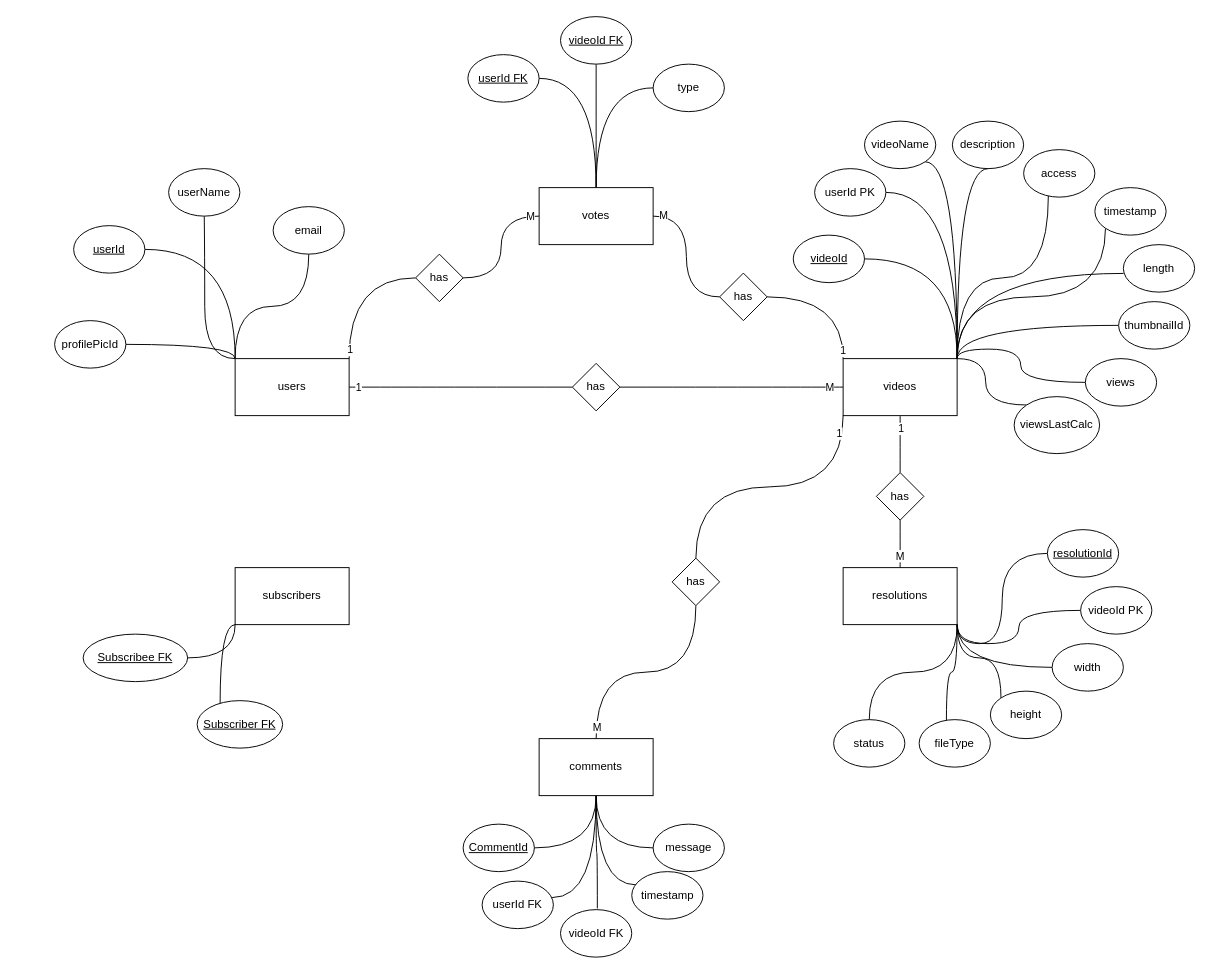
Earlier version of the draw.io diagram Budget-Youtube-ERD.drawio (NWylynko/diagrams). Source tidied: cells renumbered, new cells numbered last; positions are measured from the earlier drawing's top-left corner, leaving out a move shared by most shapes. Both pictures are drawn from the tidied source at 95%, with x=0, y=0 at pixel (54, 16).
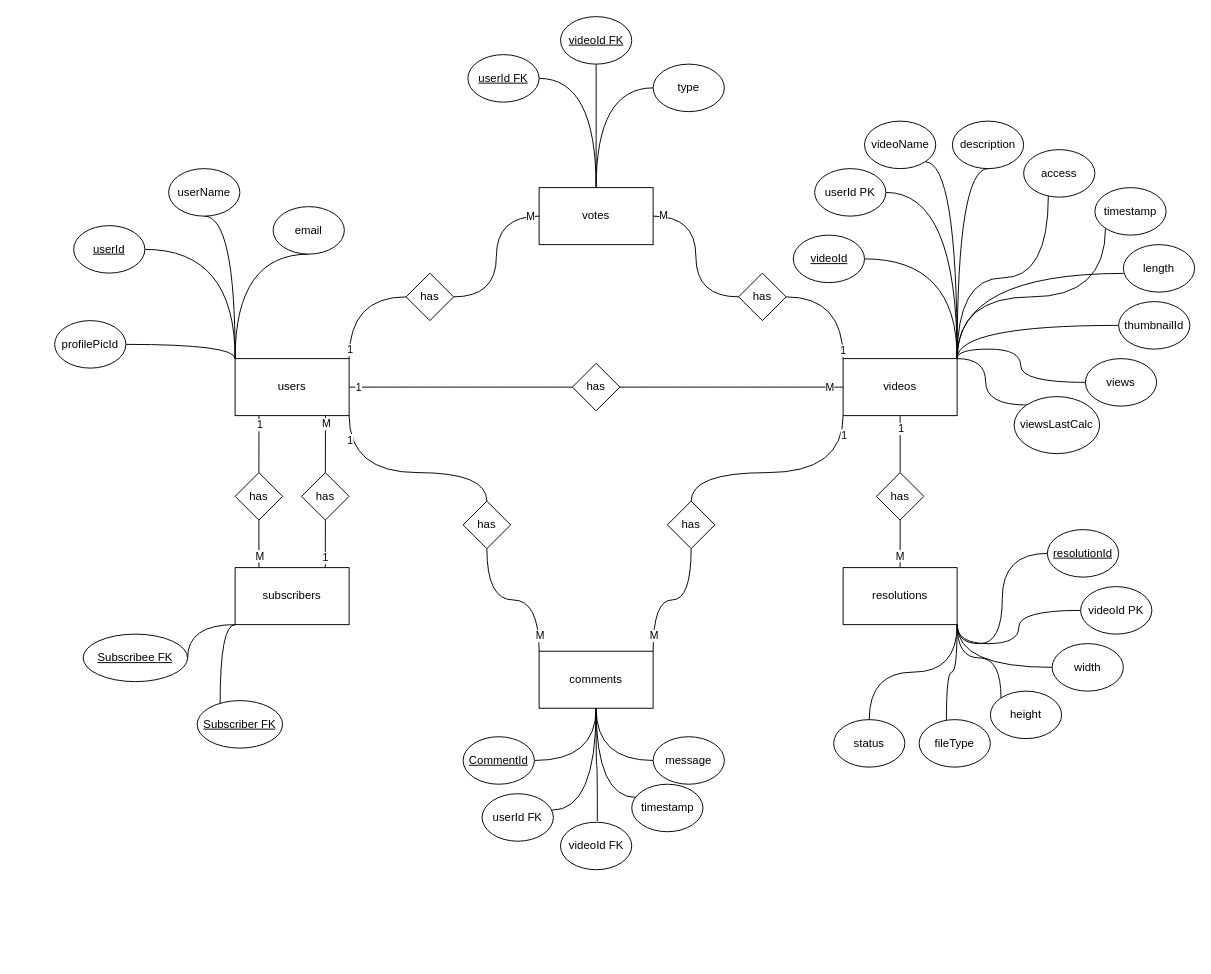
The same diagram, later.

Unchanged cells that the change refers to:
```xml
<mxCell id="9" value="users" style="rounded=0;whiteSpace=wrap;html=1;" parent="1" vertex="1">
  <mxGeometry x="190" y="360" width="120" height="60" as="geometry" />
</mxCell>
<mxCell id="25" value="videos" style="rounded=0;whiteSpace=wrap;html=1;" parent="1" vertex="1">
  <mxGeometry x="830" y="360" width="120" height="60" as="geometry" />
</mxCell>
<mxCell id="38" value="subscribers" style="rounded=0;whiteSpace=wrap;html=1;" parent="1" vertex="1">
  <mxGeometry x="190" y="580" width="120" height="60" as="geometry" />
</mxCell>
<mxCell id="49" value="userName" style="ellipse;whiteSpace=wrap;html=1;" parent="1" vertex="1">
  <mxGeometry x="120" y="160" width="75" height="50" as="geometry" />
</mxCell>
<mxCell id="50" value="email" style="ellipse;whiteSpace=wrap;html=1;" parent="1" vertex="1">
  <mxGeometry x="230" y="200" width="75" height="50" as="geometry" />
</mxCell>
<mxCell id="75" value="&lt;u&gt;Subscribee FK&lt;/u&gt;" style="ellipse;whiteSpace=wrap;html=1;" parent="1" vertex="1">
  <mxGeometry x="30" y="650" width="110" height="50" as="geometry" />
</mxCell>
```

Change to the diagram source:
```diff
@@
     <mxCell id="2" style="edgeStyle=orthogonalEdgeStyle;rounded=0;jettySize=auto;html=1;entryX=0.5;entryY=1;entryDx=0;entryDy=0;endArrow=none;endFill=0;exitX=0;exitY=0;exitDx=0;exitDy=0;curved=1;" parent="1" edge="1" source="9" target="50">
-      <mxGeometry relative="1" as="geometry" />
+      <mxGeometry relative="1" as="geometry">
+        <Array as="points">
+          <mxPoint x="190" y="250" />
+        </Array>
+      </mxGeometry>
     </mxCell>
@@
-    <mxCell id="5" style="edgeStyle=orthogonalEdgeStyle;curved=1;rounded=0;jettySize=auto;html=1;entryX=0.5;entryY=1;entryDx=0;entryDy=0;endArrow=none;endFill=0;exitX=0;exitY=0;exitDx=0;exitDy=0;" parent="1" edge="1" source="9" target="49">
-      <mxGeometry relative="1" as="geometry">
-        <Array as="points">
-          <mxPoint x="158" y="360" />
-          <mxPoint x="158" y="250" />
-        </Array>
-      </mxGeometry>
-    </mxCell>
@@
+    <mxCell id="5" style="edgeStyle=orthogonalEdgeStyle;curved=1;rounded=0;jettySize=auto;html=1;entryX=0.5;entryY=1;entryDx=0;entryDy=0;endArrow=none;endFill=0;exitX=0;exitY=0;exitDx=0;exitDy=0;" parent="1" edge="1" source="9" target="49">
+      <mxGeometry relative="1" as="geometry">
+        <Array as="points">
+          <mxPoint x="190" y="210" />
+        </Array>
+      </mxGeometry>
+    </mxCell>
+    <mxCell id="93" style="edgeStyle=orthogonalEdgeStyle;curved=1;rounded=0;jettySize=auto;html=1;endArrow=none;endFill=0;exitX=0.209;exitY=0.996;exitDx=0;exitDy=0;exitPerimeter=0;" parent="1" edge="1" source="9" target="103">
+      <mxGeometry relative="1" as="geometry" />
+    </mxCell>
+    <mxCell id="94" value="1" style="edgeLabel;html=1;align=center;verticalAlign=middle;" parent="93" vertex="1">
+      <mxGeometry x="-0.8" y="-1" relative="1" as="geometry">
+        <mxPoint x="1" y="4" as="offset" />
+      </mxGeometry>
+    </mxCell>
@@
     <mxCell id="24" style="edgeStyle=orthogonalEdgeStyle;curved=1;rounded=0;jettySize=auto;html=1;entryX=0.5;entryY=0;entryDx=0;entryDy=0;endArrow=none;endFill=0;exitX=0;exitY=1;exitDx=0;exitDy=0;" parent="1" edge="1" source="25" target="88">
-      <mxGeometry relative="1" as="geometry" />
+      <mxGeometry relative="1" as="geometry">
+        <Array as="points">
+          <mxPoint x="830" y="480" />
+          <mxPoint x="670" y="480" />
+        </Array>
+      </mxGeometry>
     </mxCell>
@@
     <mxCell id="32" style="edgeStyle=orthogonalEdgeStyle;curved=1;rounded=0;jettySize=auto;html=1;entryX=0.061;entryY=0.279;entryDx=0;entryDy=0;entryPerimeter=0;endArrow=none;endFill=0;" parent="1" edge="1" source="35" target="72">
       <mxGeometry relative="1" as="geometry">
         <Array as="points">
-          <mxPoint x="570" y="914" />
+          <mxPoint x="570" y="822" />
         </Array>
       </mxGeometry>
     </mxCell>
@@
     <mxCell id="34" style="edgeStyle=orthogonalEdgeStyle;curved=1;rounded=0;jettySize=auto;html=1;entryX=0.982;entryY=0.347;entryDx=0;entryDy=0;entryPerimeter=0;endArrow=none;endFill=0;" parent="1" edge="1" source="35" target="70">
       <mxGeometry relative="1" as="geometry">
         <Array as="points">
-          <mxPoint x="570" y="927" />
+          <mxPoint x="570" y="835" />
         </Array>
       </mxGeometry>
     </mxCell>
     <mxCell id="35" value="comments" style="rounded=0;whiteSpace=wrap;html=1;" parent="1" vertex="1">
-      <mxGeometry x="510" y="760" width="120" height="60" as="geometry" />
+      <mxGeometry x="510" y="668" width="120" height="60" as="geometry" />
     </mxCell>
     <mxCell id="36" style="edgeStyle=orthogonalEdgeStyle;curved=1;rounded=0;jettySize=auto;html=1;entryX=1;entryY=0.5;entryDx=0;entryDy=0;endArrow=none;endFill=0;exitX=0;exitY=1;exitDx=0;exitDy=0;" parent="1" edge="1" source="38" target="75">
-      <mxGeometry relative="1" as="geometry" />
+      <mxGeometry relative="1" as="geometry">
+        <Array as="points">
+          <mxPoint x="140" y="640" />
+        </Array>
+      </mxGeometry>
     </mxCell>
@@
     <mxCell id="70" value="userId FK" style="ellipse;whiteSpace=wrap;html=1;" parent="1" vertex="1">
-      <mxGeometry x="450" y="910" width="75" height="50" as="geometry" />
+      <mxGeometry x="450" y="818" width="75" height="50" as="geometry" />
     </mxCell>
     <mxCell id="71" value="videoId FK" style="ellipse;whiteSpace=wrap;html=1;" parent="1" vertex="1">
-      <mxGeometry x="532.5" y="940" width="75" height="50" as="geometry" />
+      <mxGeometry x="532.5" y="848" width="75" height="50" as="geometry" />
     </mxCell>
     <mxCell id="72" value="timestamp" style="ellipse;whiteSpace=wrap;html=1;" parent="1" vertex="1">
-      <mxGeometry x="607.5" y="900" width="75" height="50" as="geometry" />
+      <mxGeometry x="607.5" y="808" width="75" height="50" as="geometry" />
     </mxCell>
     <mxCell id="73" value="message" style="ellipse;whiteSpace=wrap;html=1;" parent="1" vertex="1">
-      <mxGeometry x="630" y="850" width="75" height="50" as="geometry" />
+      <mxGeometry x="630" y="758" width="75" height="50" as="geometry" />
     </mxCell>
     <mxCell id="74" value="&lt;u&gt;CommentId&lt;/u&gt;" style="ellipse;whiteSpace=wrap;html=1;" parent="1" vertex="1">
-      <mxGeometry x="430" y="850" width="75" height="50" as="geometry" />
+      <mxGeometry x="430" y="758" width="75" height="50" as="geometry" />
     </mxCell>
@@
     <mxCell id="79" value="has" style="rhombus;whiteSpace=wrap;html=1;" parent="1" vertex="1">
-      <mxGeometry x="380" y="250" width="50" height="50" as="geometry" />
+      <mxGeometry x="370" y="270" width="50" height="50" as="geometry" />
     </mxCell>
@@
     <mxCell id="81" value="has" style="rhombus;whiteSpace=wrap;html=1;" parent="1" vertex="1">
-      <mxGeometry x="700" y="270" width="50" height="50" as="geometry" />
+      <mxGeometry x="720" y="270" width="50" height="50" as="geometry" />
     </mxCell>
@@
-    <mxCell id="87" style="edgeStyle=orthogonalEdgeStyle;curved=1;rounded=0;jettySize=auto;html=1;entryX=0.5;entryY=0;entryDx=0;entryDy=0;endArrow=none;endFill=0;exitX=0.5;exitY=1;exitDx=0;exitDy=0;" parent="1" edge="1" source="88" target="35">
+    <mxCell id="87" style="edgeStyle=orthogonalEdgeStyle;curved=1;rounded=0;jettySize=auto;html=1;entryX=1;entryY=0;entryDx=0;entryDy=0;endArrow=none;endFill=0;exitX=0.5;exitY=1;exitDx=0;exitDy=0;" parent="1" edge="1" source="88" target="35">
       <mxGeometry relative="1" as="geometry" />
     </mxCell>
     <mxCell id="88" value="has" style="rhombus;whiteSpace=wrap;html=1;" parent="1" vertex="1">
-      <mxGeometry x="650" y="570" width="50" height="50" as="geometry" />
+      <mxGeometry x="645" y="510" width="50" height="50" as="geometry" />
     </mxCell>
     <mxCell id="89" value="1" style="edgeLabel;html=1;align=center;verticalAlign=middle;" parent="1" vertex="1">
-      <mxGeometry x="525" y="415" as="geometry">
-        <mxPoint x="300" y="23" as="offset" />
+      <mxGeometry x="480" y="385" as="geometry">
+        <mxPoint x="350" y="55" as="offset" />
       </mxGeometry>
     </mxCell>
@@
-    <mxCell id="92" value="M" style="edgeLabel;html=1;align=center;verticalAlign=middle;" parent="1" vertex="1">
-      <mxGeometry x="505" y="580" as="geometry">
-        <mxPoint x="65" y="167" as="offset" />
-      </mxGeometry>
-    </mxCell>
+    <mxCell id="95" style="edgeStyle=orthogonalEdgeStyle;rounded=0;jettySize=auto;html=1;entryX=1;entryY=1;entryDx=0;entryDy=0;curved=1;endArrow=none;endFill=0;exitX=0.5;exitY=0;exitDx=0;exitDy=0;" parent="1" edge="1" source="97" target="9">
+      <mxGeometry relative="1" as="geometry">
+        <Array as="points">
+          <mxPoint x="455" y="480" />
+          <mxPoint x="310" y="480" />
+        </Array>
+      </mxGeometry>
+    </mxCell>
+    <mxCell id="96" style="edgeStyle=orthogonalEdgeStyle;curved=1;rounded=0;jettySize=auto;html=1;entryX=0;entryY=0;entryDx=0;entryDy=0;endArrow=none;endFill=0;exitX=0.5;exitY=1;exitDx=0;exitDy=0;" parent="1" edge="1" source="97" target="35">
+      <mxGeometry relative="1" as="geometry" />
+    </mxCell>
+    <mxCell id="97" value="has" style="rhombus;whiteSpace=wrap;html=1;" parent="1" vertex="1">
+      <mxGeometry x="430" y="510" width="50" height="50" as="geometry" />
+    </mxCell>
+    <mxCell id="98" value="M" style="edgeLabel;html=1;align=center;verticalAlign=middle;" parent="1" vertex="1">
+      <mxGeometry x="645" y="643" as="geometry">
+        <mxPoint x="-15" y="8" as="offset" />
+      </mxGeometry>
+    </mxCell>
+    <mxCell id="99" value="M" style="edgeLabel;html=1;align=center;verticalAlign=middle;" parent="1" vertex="1">
+      <mxGeometry x="525" y="643" as="geometry">
+        <mxPoint x="-15" y="8" as="offset" />
+      </mxGeometry>
+    </mxCell>
+    <mxCell id="100" value="1" style="edgeLabel;html=1;align=center;verticalAlign=middle;" parent="1" vertex="1">
+      <mxGeometry x="-40" y="390" as="geometry">
+        <mxPoint x="350" y="55" as="offset" />
+      </mxGeometry>
+    </mxCell>
+    <mxCell id="101" style="edgeStyle=orthogonalEdgeStyle;curved=1;rounded=0;jettySize=auto;html=1;entryX=0.209;entryY=0.008;entryDx=0;entryDy=0;entryPerimeter=0;endArrow=none;endFill=0;" parent="1" edge="1" source="103" target="38">
+      <mxGeometry relative="1" as="geometry" />
+    </mxCell>
+    <mxCell id="102" value="M" style="edgeLabel;html=1;align=center;verticalAlign=middle;" parent="101" vertex="1">
+      <mxGeometry x="0.52" relative="1" as="geometry" />
+    </mxCell>
+    <mxCell id="103" value="has" style="rhombus;whiteSpace=wrap;html=1;" parent="1" vertex="1">
+      <mxGeometry x="190" y="480" width="50" height="50" as="geometry" />
+    </mxCell>
+    <mxCell id="104" style="edgeStyle=orthogonalEdgeStyle;curved=1;rounded=0;jettySize=auto;html=1;entryX=0.793;entryY=0.988;entryDx=0;entryDy=0;entryPerimeter=0;endArrow=none;endFill=0;" parent="1" edge="1" source="108" target="9">
+      <mxGeometry relative="1" as="geometry" />
+    </mxCell>
+    <mxCell id="105" value="M" style="edgeLabel;html=1;align=center;verticalAlign=middle;" parent="104" vertex="1">
+      <mxGeometry x="0.71" relative="1" as="geometry" />
+    </mxCell>
+    <mxCell id="106" style="edgeStyle=orthogonalEdgeStyle;curved=1;rounded=0;jettySize=auto;html=1;entryX=0.791;entryY=-0.008;entryDx=0;entryDy=0;entryPerimeter=0;endArrow=none;endFill=0;" parent="1" edge="1" source="108" target="38">
+      <mxGeometry relative="1" as="geometry" />
+    </mxCell>
+    <mxCell id="107" value="1" style="edgeLabel;html=1;align=center;verticalAlign=middle;" parent="106" vertex="1">
+      <mxGeometry x="0.61" relative="1" as="geometry" />
+    </mxCell>
+    <mxCell id="108" value="has" style="rhombus;whiteSpace=wrap;html=1;" parent="1" vertex="1">
+      <mxGeometry x="260" y="480" width="50" height="50" as="geometry" />
+    </mxCell>
```
